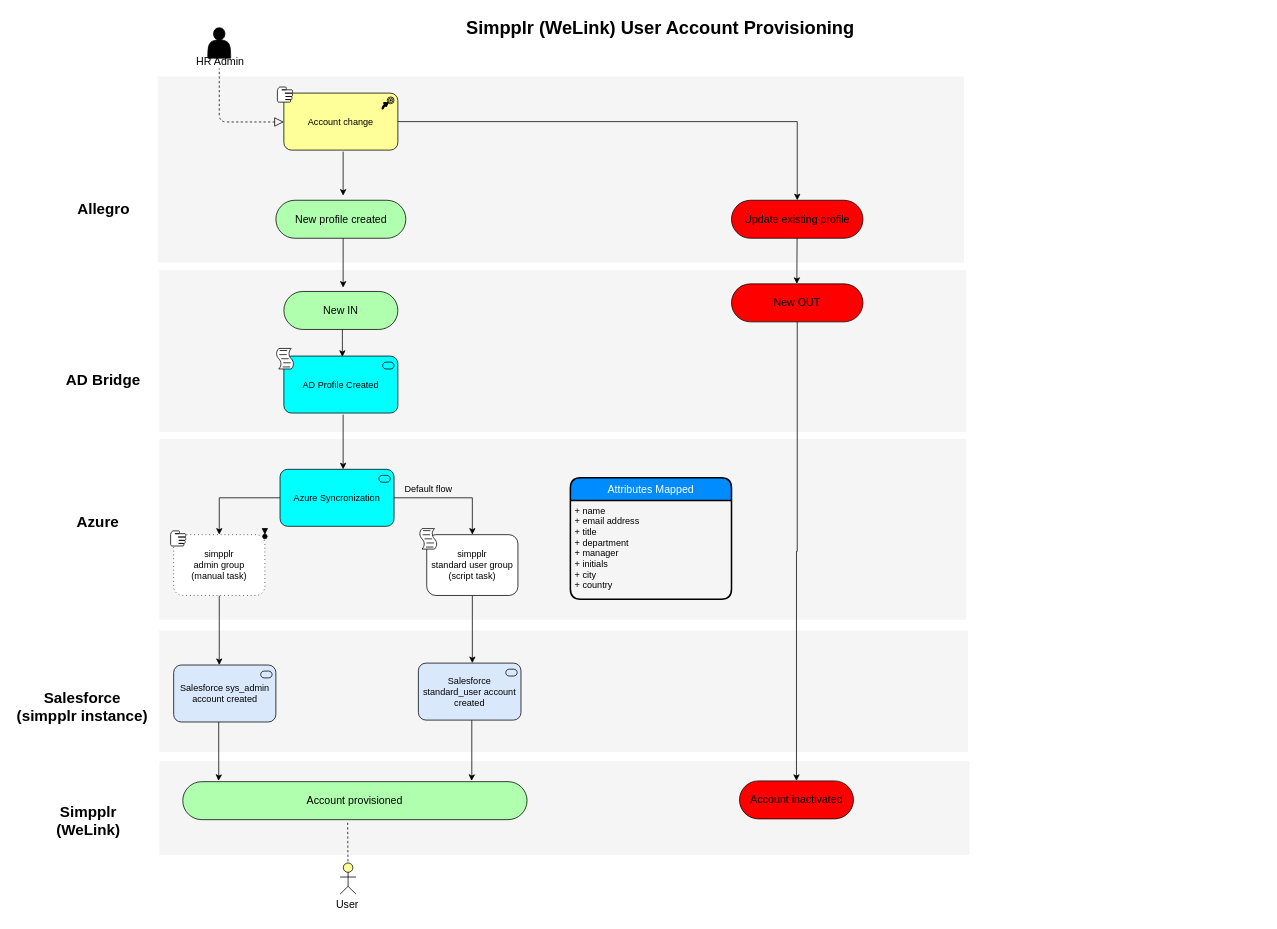
This is SimpplrAccountProvisioning.drawio from merid-berhe/draw.io, a draw.io file, before an edit. Source tidied: cells renumbered, new cells numbered last; positions are measured from the earlier drawing's top-left corner, leaving out a move shared by most shapes. Both pictures are drawn from the tidied source at 76%, with x=0, y=0 at pixel (13, 13).
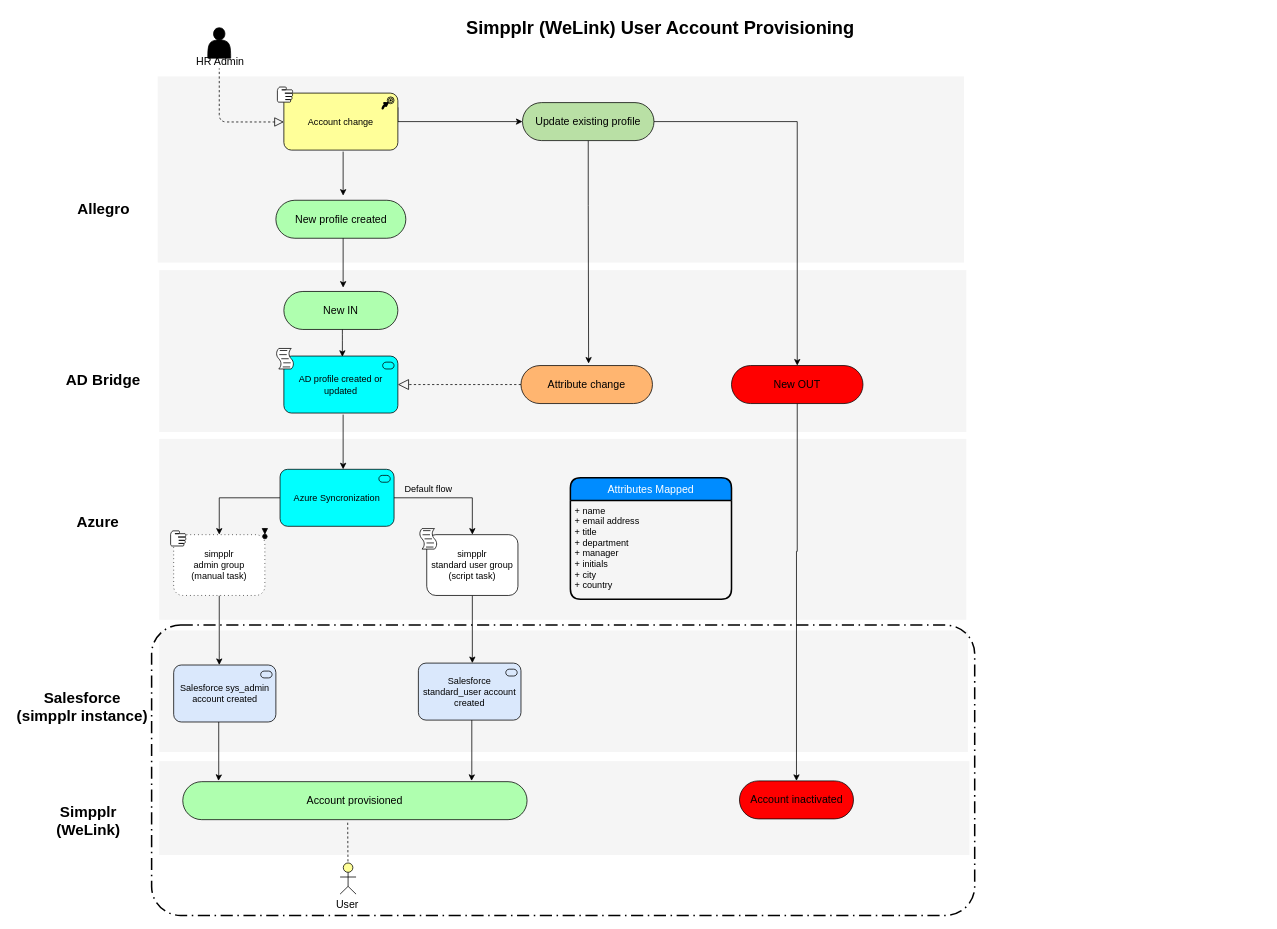
The same page after the edit.

Unchanged cells that the change refers to:
```xml
<mxCell id="4" style="whiteSpace=wrap;html=1;strokeColor=none;strokeWidth=1;fillColor=#f5f5f5;fontSize=14;" parent="1" vertex="1">
  <mxGeometry x="192" y="338" width="1062" height="213" as="geometry" />
</mxCell>
<mxCell id="18" value="Account change" style="html=1;outlineConnect=0;whiteSpace=wrap;fillColor=#Ffff99;strokeColor=#000000;shape=mxgraph.archimate3.application;appType=course;archiType=rounded;" parent="1" vertex="1">
  <mxGeometry x="356" y="105" width="150" height="75" as="geometry" />
</mxCell>
```

The edit, as a diff of the source:
```diff
@@
-    <mxCell id="17" style="edgeStyle=orthogonalEdgeStyle;rounded=0;jettySize=auto;html=1;exitX=1;exitY=0.5;exitDx=0;exitDy=0;exitPerimeter=0;entryX=0.5;entryY=0;entryDx=0;entryDy=0;entryPerimeter=0;" parent="1" edge="1" source="18" target="35">
-      <mxGeometry relative="1" as="geometry" />
+    <mxCell id="17" style="edgeStyle=orthogonalEdgeStyle;rounded=0;jettySize=auto;html=1;exitX=1;exitY=0.25;exitDx=0;exitDy=0;exitPerimeter=0;entryX=0;entryY=0;entryDx=0;entryDy=25;entryPerimeter=0;" parent="1" edge="1" source="18" target="35">
+      <mxGeometry relative="1" as="geometry">
+        <Array as="points">
+          <mxPoint x="506" y="142" />
+        </Array>
+      </mxGeometry>
     </mxCell>
@@
-    <mxCell id="19" value="AD Profile Created" style="html=1;outlineConnect=0;whiteSpace=wrap;fillColor=#00FFFF;strokeColor=#000000;shape=mxgraph.archimate3.application;appType=serv;archiType=rounded;" parent="1" vertex="1">
+    <mxCell id="19" value="AD profile created or updated" style="html=1;outlineConnect=0;whiteSpace=wrap;fillColor=#00FFFF;strokeColor=#000000;shape=mxgraph.archimate3.application;appType=serv;archiType=rounded;" parent="1" vertex="1">
       <mxGeometry x="356" y="451" width="150" height="75" as="geometry" />
     </mxCell>
@@
     <mxCell id="29" value="New OUT" style="html=1;whiteSpace=wrap;fillColor=#FF0000;strokeColor=#000000;shape=mxgraph.archimate3.service;fontSize=14;" parent="1" vertex="1">
-      <mxGeometry x="945" y="356" width="173" height="50" as="geometry" />
+      <mxGeometry x="945" y="463.5" width="173" height="50" as="geometry" />
     </mxCell>
@@
+    <mxCell id="53" style="edgeStyle=orthogonalEdgeStyle;rounded=0;jettySize=auto;html=1;exitX=0.5;exitY=1;exitDx=0;exitDy=0;exitPerimeter=0;entryX=0.532;entryY=0.577;entryDx=0;entryDy=0;entryPerimeter=0;" parent="1" edge="1" source="35" target="4">
+      <mxGeometry relative="1" as="geometry" />
+    </mxCell>
+    <mxCell id="54" style="edgeStyle=orthogonalEdgeStyle;rounded=0;jettySize=auto;html=1;exitX=0;exitY=0;exitDx=172.99999999999997;exitDy=25;exitPerimeter=0;entryX=0.5;entryY=0;entryDx=0;entryDy=0;entryPerimeter=0;" parent="1" edge="1" source="35" target="29">
+      <mxGeometry relative="1" as="geometry" />
+    </mxCell>
-    <mxCell id="35" value="Update existing profile" style="html=1;whiteSpace=wrap;fillColor=#FF0000;strokeColor=#000000;shape=mxgraph.archimate3.service;fontSize=14;" parent="1" vertex="1">
-      <mxGeometry x="945" y="246" width="173" height="50" as="geometry" />
+    <mxCell id="35" value="Update existing profile" style="html=1;whiteSpace=wrap;fillColor=#B9E0A5;strokeColor=#000000;shape=mxgraph.archimate3.service;fontSize=14;" parent="1" vertex="1">
+      <mxGeometry x="670" y="117.5" width="173" height="50" as="geometry" />
     </mxCell>
@@
-    <mxCell id="46" style="endArrow=classic;html=1;" parent="1" edge="1">
-      <mxGeometry relative="1" as="geometry">
-        <mxPoint x="1031.3" y="296" as="sourcePoint" />
-        <mxPoint x="1031" y="356" as="targetPoint" />
-      </mxGeometry>
-    </mxCell>
@@
+    <mxCell id="55" value="Attribute change" style="html=1;whiteSpace=wrap;fillColor=#FFB570;strokeColor=#000000;shape=mxgraph.archimate3.service;fontSize=14;" parent="1" vertex="1">
+      <mxGeometry x="668" y="463.5" width="173" height="50" as="geometry" />
+    </mxCell>
+    <mxCell id="56" style="endArrow=block;dashed=1;endFill=0;endSize=12;html=1;entryX=1;entryY=0.5;entryDx=0;entryDy=0;entryPerimeter=0;exitX=0;exitY=0;exitDx=0;exitDy=25;exitPerimeter=0;" parent="1" edge="1" source="55" target="19">
+      <mxGeometry relative="1" as="geometry" />
+    </mxCell>
+    <mxCell id="57" style="rounded=1;arcSize=10;dashed=1;strokeColor=#000000;fillColor=none;gradientColor=none;dashPattern=8 3 1 3;strokeWidth=2;" parent="1" vertex="1">
+      <mxGeometry x="182" y="805" width="1083" height="382" as="geometry" />
+    </mxCell>
```
